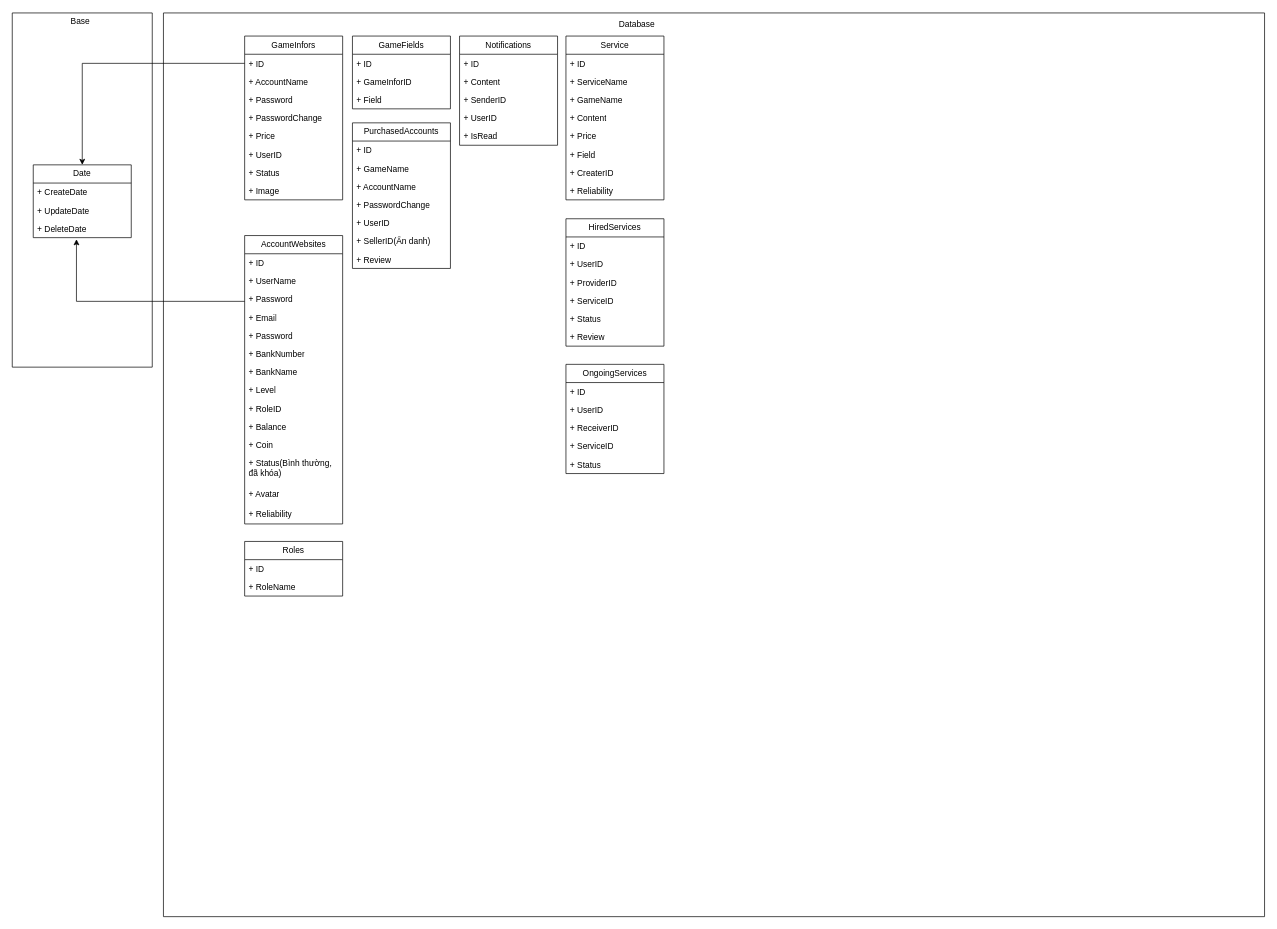
This is Biểu đồ không có tiêu đề.drawio from RudeusGs/GameTradeZone, a draw.io file, before an edit. Source tidied: cells renumbered, new cells numbered last; positions are measured from the earlier drawing's top-left corner, leaving out a move shared by most shapes. Both pictures are drawn from the tidied source at 70%, with x=0, y=0 at pixel (12, 12).
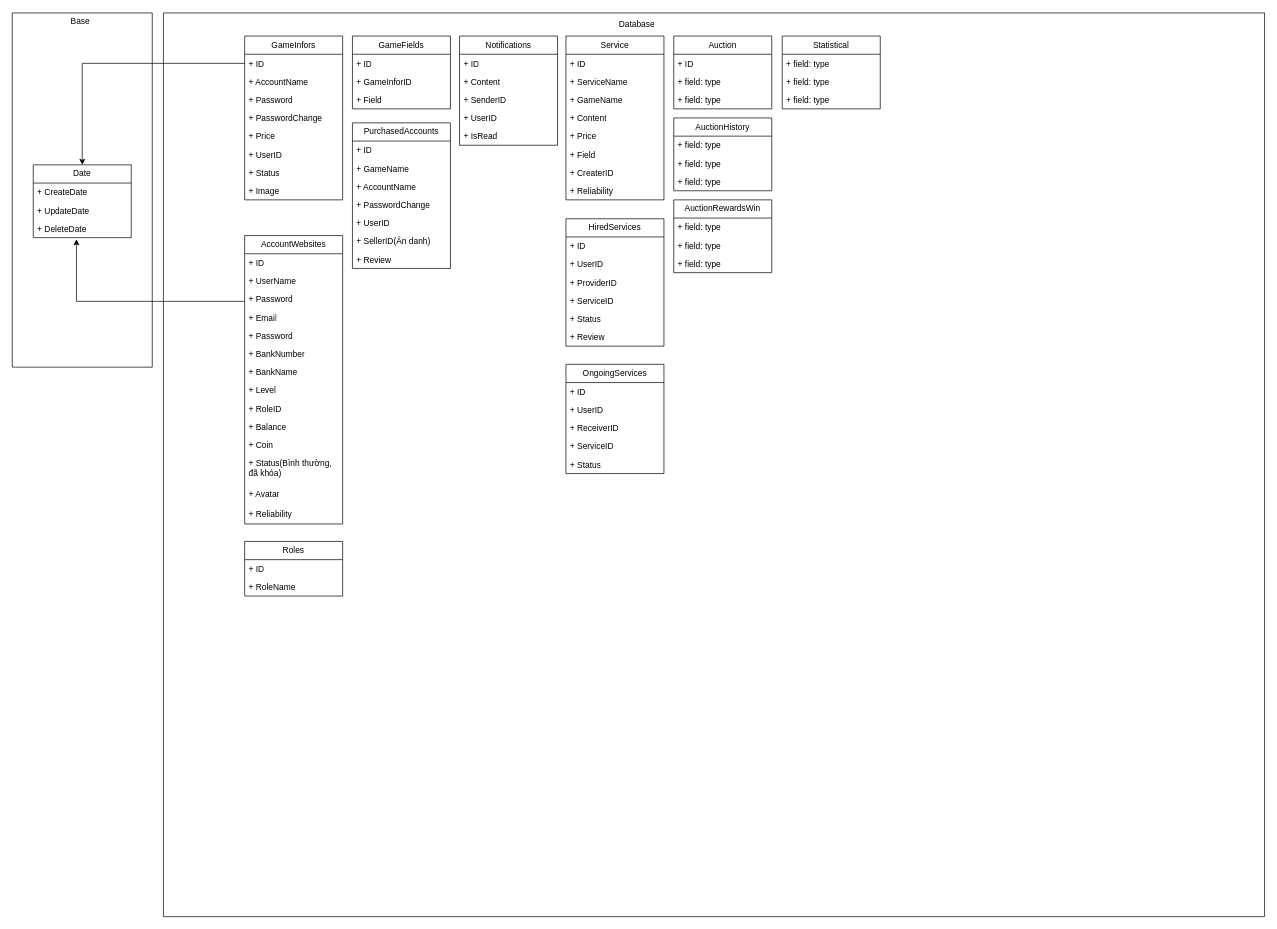
Above is the later version.

Unchanged cells that the change refers to:
```xml
<mxCell id="24" style="swimlane;startSize=0;" parent="1" vertex="1">
  <mxGeometry x="216" y="1" width="1573" height="1291" as="geometry" />
</mxCell>
```

What changed in the source:
```diff
@@
+    <mxCell id="79" value="Auction" style="swimlane;fontStyle=0;horizontal=1;startSize=26;fillColor=none;whiteSpace=wrap;html=1;" parent="24" vertex="1">
+      <mxGeometry x="729" y="33" width="140" height="104" as="geometry" />
+    </mxCell>
+    <mxCell id="80" value="+ ID" style="text;strokeColor=none;fillColor=none;align=left;verticalAlign=top;spacingLeft=4;spacingRight=4;overflow=hidden;whiteSpace=wrap;html=1;" parent="79" vertex="1">
+      <mxGeometry y="26" width="140" height="26" as="geometry" />
+    </mxCell>
+    <mxCell id="81" value="+ field: type" style="text;strokeColor=none;fillColor=none;align=left;verticalAlign=top;spacingLeft=4;spacingRight=4;overflow=hidden;whiteSpace=wrap;html=1;" parent="79" vertex="1">
+      <mxGeometry y="52" width="140" height="26" as="geometry" />
+    </mxCell>
+    <mxCell id="82" value="+ field: type" style="text;strokeColor=none;fillColor=none;align=left;verticalAlign=top;spacingLeft=4;spacingRight=4;overflow=hidden;whiteSpace=wrap;html=1;" parent="79" vertex="1">
+      <mxGeometry y="78" width="140" height="26" as="geometry" />
+    </mxCell>
+    <mxCell id="83" value="AuctionHistory" style="swimlane;fontStyle=0;horizontal=1;startSize=26;fillColor=none;whiteSpace=wrap;html=1;" parent="24" vertex="1">
+      <mxGeometry x="729" y="150" width="140" height="104" as="geometry" />
+    </mxCell>
+    <mxCell id="84" value="+ field: type" style="text;strokeColor=none;fillColor=none;align=left;verticalAlign=top;spacingLeft=4;spacingRight=4;overflow=hidden;whiteSpace=wrap;html=1;" parent="83" vertex="1">
+      <mxGeometry y="26" width="140" height="26" as="geometry" />
+    </mxCell>
+    <mxCell id="85" value="+ field: type" style="text;strokeColor=none;fillColor=none;align=left;verticalAlign=top;spacingLeft=4;spacingRight=4;overflow=hidden;whiteSpace=wrap;html=1;" parent="83" vertex="1">
+      <mxGeometry y="52" width="140" height="26" as="geometry" />
+    </mxCell>
+    <mxCell id="86" value="+ field: type" style="text;strokeColor=none;fillColor=none;align=left;verticalAlign=top;spacingLeft=4;spacingRight=4;overflow=hidden;whiteSpace=wrap;html=1;" parent="83" vertex="1">
+      <mxGeometry y="78" width="140" height="26" as="geometry" />
+    </mxCell>
+    <mxCell id="87" value="AuctionRewardsWin" style="swimlane;fontStyle=0;horizontal=1;startSize=26;fillColor=none;whiteSpace=wrap;html=1;" parent="24" vertex="1">
+      <mxGeometry x="729" y="267" width="140" height="104" as="geometry" />
+    </mxCell>
+    <mxCell id="88" value="+ field: type" style="text;strokeColor=none;fillColor=none;align=left;verticalAlign=top;spacingLeft=4;spacingRight=4;overflow=hidden;whiteSpace=wrap;html=1;" parent="87" vertex="1">
+      <mxGeometry y="26" width="140" height="26" as="geometry" />
+    </mxCell>
+    <mxCell id="89" value="+ field: type" style="text;strokeColor=none;fillColor=none;align=left;verticalAlign=top;spacingLeft=4;spacingRight=4;overflow=hidden;whiteSpace=wrap;html=1;" parent="87" vertex="1">
+      <mxGeometry y="52" width="140" height="26" as="geometry" />
+    </mxCell>
+    <mxCell id="90" value="+ field: type" style="text;strokeColor=none;fillColor=none;align=left;verticalAlign=top;spacingLeft=4;spacingRight=4;overflow=hidden;whiteSpace=wrap;html=1;" parent="87" vertex="1">
+      <mxGeometry y="78" width="140" height="26" as="geometry" />
+    </mxCell>
+    <mxCell id="91" value="Statistical" style="swimlane;fontStyle=0;horizontal=1;startSize=26;fillColor=none;whiteSpace=wrap;html=1;" parent="24" vertex="1">
+      <mxGeometry x="884" y="33" width="140" height="104" as="geometry" />
+    </mxCell>
+    <mxCell id="92" value="+ field: type" style="text;strokeColor=none;fillColor=none;align=left;verticalAlign=top;spacingLeft=4;spacingRight=4;overflow=hidden;whiteSpace=wrap;html=1;" parent="91" vertex="1">
+      <mxGeometry y="26" width="140" height="26" as="geometry" />
+    </mxCell>
+    <mxCell id="93" value="+ field: type" style="text;strokeColor=none;fillColor=none;align=left;verticalAlign=top;spacingLeft=4;spacingRight=4;overflow=hidden;whiteSpace=wrap;html=1;" parent="91" vertex="1">
+      <mxGeometry y="52" width="140" height="26" as="geometry" />
+    </mxCell>
+    <mxCell id="94" value="+ field: type" style="text;strokeColor=none;fillColor=none;align=left;verticalAlign=top;spacingLeft=4;spacingRight=4;overflow=hidden;whiteSpace=wrap;html=1;" parent="91" vertex="1">
+      <mxGeometry y="78" width="140" height="26" as="geometry" />
+    </mxCell>
```
